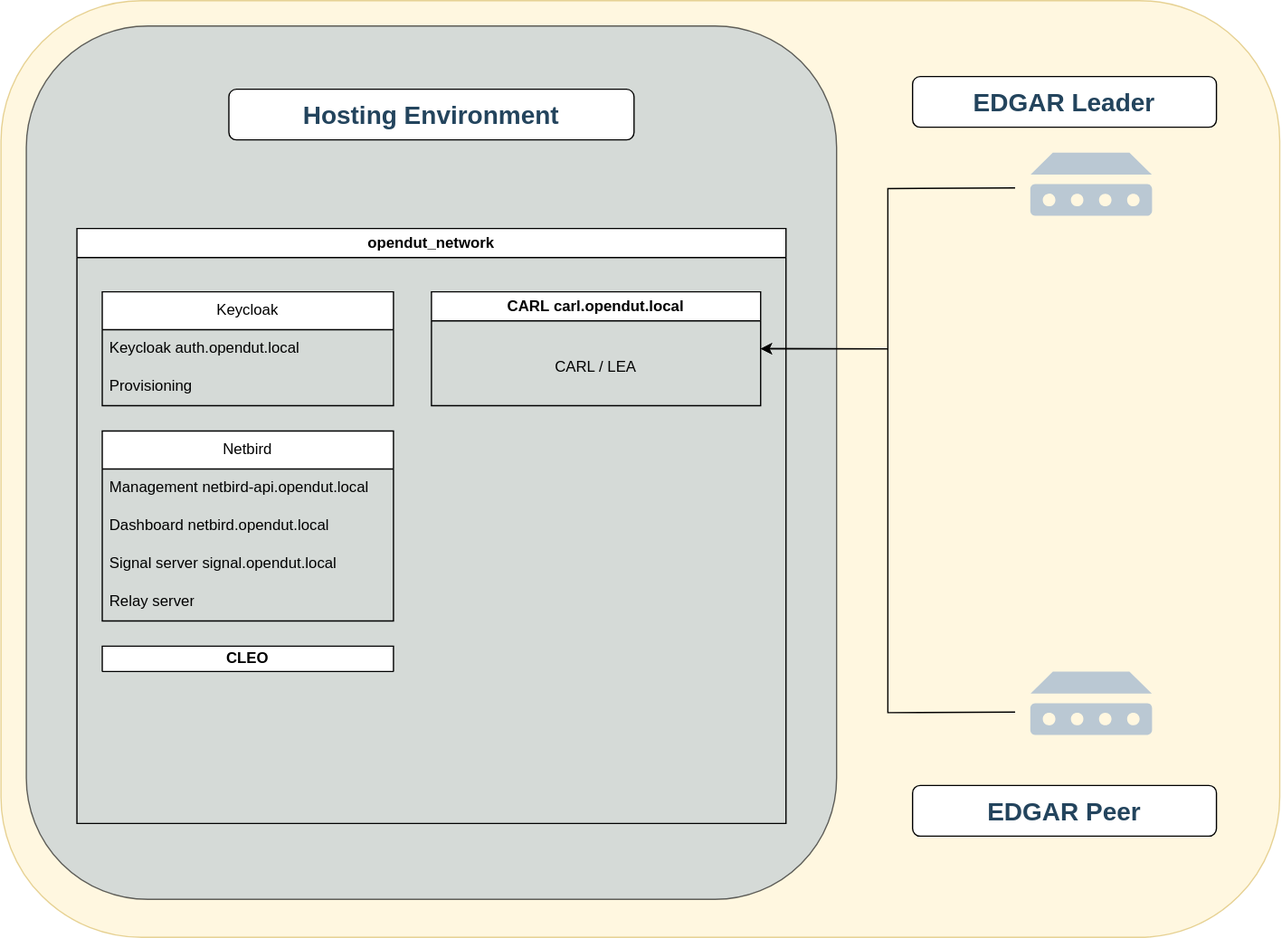
The draw.io diagram doc/src/user-manual/img/opendut-vm-edgar-test-setup.drawio.svg in eclipse-opendut/opendut, before a commit. Source tidied: cells renumbered, new cells last; positions are measured from the earlier drawing's top-left corner, leaving out a move shared by most shapes.
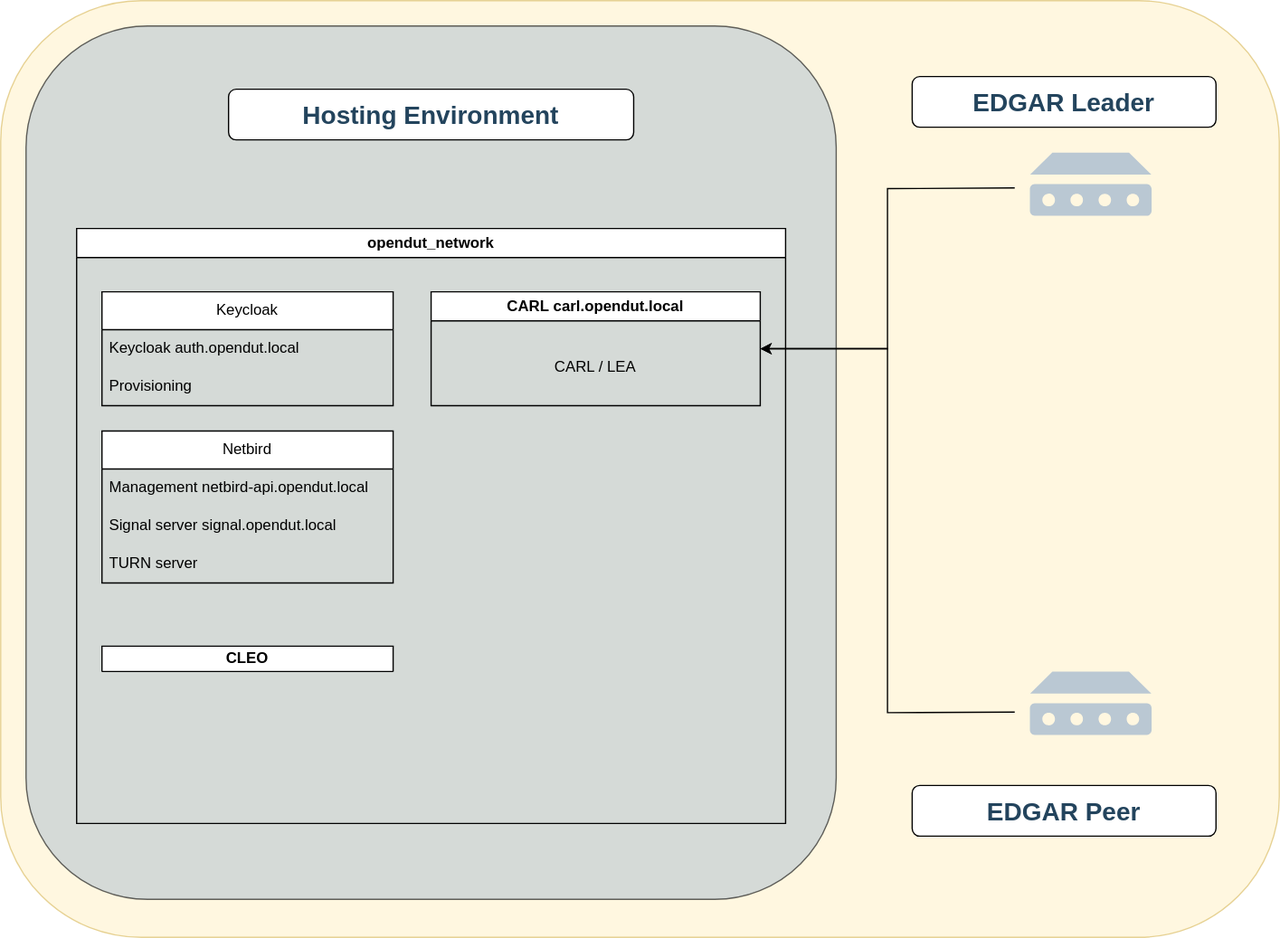
After the commit.

What changed in the source:
```diff
@@ -24,19 +24,16 @@
       <mxGeometry y="60" width="230" height="30" as="geometry" />
     </mxCell>
     <mxCell id="9" value="Netbird" style="swimlane;fontStyle=0;horizontal=1;startSize=30;whiteSpace=wrap;html=1;" parent="1" vertex="1">
-      <mxGeometry x="80" y="340" width="230" height="150" as="geometry" />
+      <mxGeometry x="80" y="340" width="230" height="120" as="geometry" />
     </mxCell>
     <mxCell id="10" value="Management&amp;nbsp;netbird-api.opendut.local" style="text;strokeColor=none;fillColor=none;align=left;verticalAlign=middle;spacingLeft=4;spacingRight=4;overflow=hidden;whiteSpace=wrap;html=1;" parent="9" vertex="1">
       <mxGeometry y="30" width="230" height="30" as="geometry" />
     </mxCell>
-    <mxCell id="11" value="Dashboard&amp;nbsp;netbird.opendut.local" style="text;strokeColor=none;fillColor=none;align=left;verticalAlign=middle;spacingLeft=4;spacingRight=4;overflow=hidden;whiteSpace=wrap;html=1;" parent="9" vertex="1">
-      <mxGeometry y="60" width="230" height="30" as="geometry" />
-    </mxCell>
     <mxCell id="12" value="&lt;div&gt;Signal server&amp;nbsp;signal.opendut.local&lt;/div&gt;" style="text;strokeColor=none;fillColor=none;align=left;verticalAlign=middle;spacingLeft=4;spacingRight=4;overflow=hidden;whiteSpace=wrap;html=1;" parent="9" vertex="1">
-      <mxGeometry y="90" width="230" height="30" as="geometry" />
+      <mxGeometry y="60" width="230" height="30" as="geometry" />
     </mxCell>
     <mxCell id="13" value="TURN server" style="text;strokeColor=none;fillColor=none;align=left;verticalAlign=middle;spacingLeft=4;spacingRight=4;overflow=hidden;whiteSpace=wrap;html=1;" parent="9" vertex="1">
-      <mxGeometry y="120" width="230" height="30" as="geometry" />
+      <mxGeometry y="90" width="230" height="30" as="geometry" />
     </mxCell>
     <mxCell id="14" value="CARL&amp;nbsp;carl.opendut.local" style="swimlane;whiteSpace=wrap;html=1;startSize=23;" parent="1" vertex="1">
       <mxGeometry x="340" y="230" width="260" height="90" as="geometry" />
```
